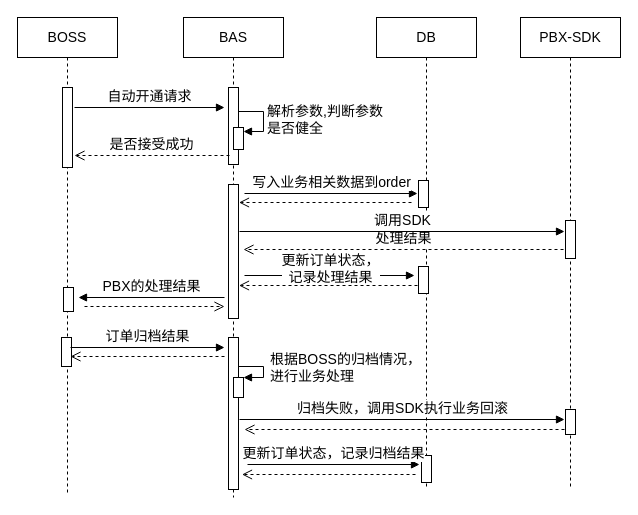
waterwatermelon/graph keeps this draw.io diagram as page "sequence-BOSS-#1" (2 of 7) of BAS/BAS-Henan.drawio. Above is the earlier version. Source tidied: cells renumbered, new cells numbered last; positions are measured from the earlier drawing's top-left corner, leaving out a move shared by most shapes. Both pictures are drawn from the tidied source at 100%, with x=0, y=0 at pixel (17, 17).
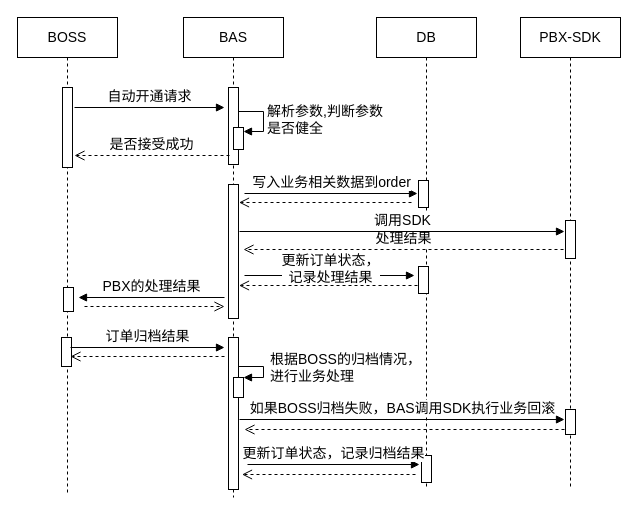
After the change.

What changed in the source:
```diff
@@
-    <mxCell id="31" value="归档失败，调用SDK执行业务回滚" style="html=1;verticalAlign=bottom;endArrow=block;fontSize=14;" parent="1" edge="1">
+    <mxCell id="31" value="如果BOSS归档失败，BAS调用SDK执行业务回滚" style="html=1;verticalAlign=bottom;endArrow=block;fontSize=14;" parent="1" edge="1">
       <mxGeometry relative="1" as="geometry">
         <mxPoint x="222" y="402" as="sourcePoint" />
         <mxPoint x="547" y="402" as="targetPoint" />
       </mxGeometry>
     </mxCell>
```
